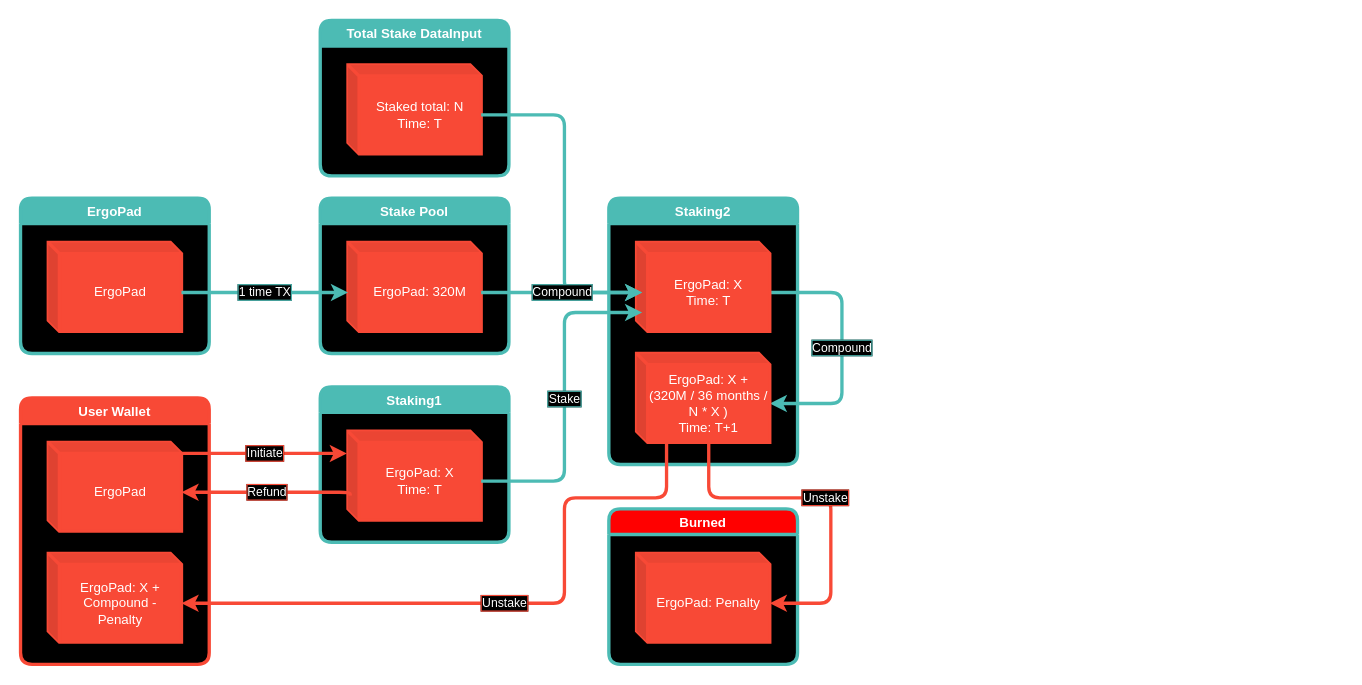
Above: backend/app/contracts/images/staking-fixed-emission.drawio in JoseBravoChile/ergopad (draw.io), before the change. Source tidied: cells renumbered, new cells numbered last; positions are measured from the earlier drawing's top-left corner, leaving out a move shared by most shapes. Both pictures are drawn from the tidied source at 111%, with x=0, y=0 at pixel (20, 20).
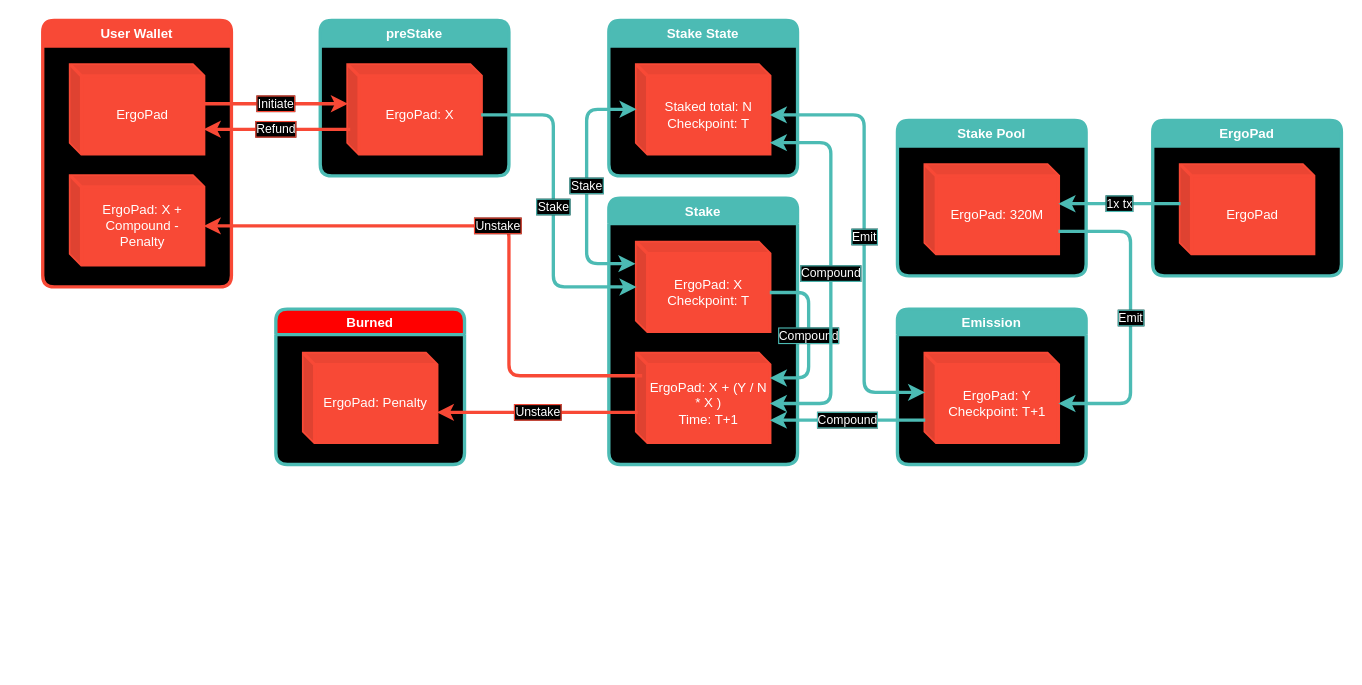
The same page after the edit.

Unchanged cells that the change refers to:
```xml
<mxCell id="3" value="ErgoPad" style="shape=cube;whiteSpace=wrap;html=1;boundedLbl=1;backgroundOutline=1;darkOpacity=0.05;darkOpacity2=0.1;rounded=1;labelBorderColor=none;fontColor=#FFFFFF;strokeColor=#F84936;strokeWidth=3;fillColor=#F84936;size=10;" parent="2" vertex="1">
  <mxGeometry x="25" y="40" width="120" height="80" as="geometry" />
</mxCell>
<mxCell id="4" value="ErgoPad: X + Compound - Penalty" style="shape=cube;whiteSpace=wrap;html=1;boundedLbl=1;backgroundOutline=1;darkOpacity=0.05;darkOpacity2=0.1;rounded=1;labelBorderColor=none;fontColor=#FFFFFF;strokeColor=#F84936;strokeWidth=3;fillColor=#F84936;size=10;" parent="2" vertex="1">
  <mxGeometry x="25" y="140" width="120" height="80" as="geometry" />
</mxCell>
<mxCell id="6" value="ErgoPad" style="shape=cube;whiteSpace=wrap;html=1;boundedLbl=1;backgroundOutline=1;darkOpacity=0.05;darkOpacity2=0.1;rounded=1;labelBorderColor=none;fontColor=#FFFFFF;strokeColor=#F84936;strokeWidth=3;fillColor=#F84936;size=10;" parent="5" vertex="1">
  <mxGeometry x="25" y="40" width="120" height="80" as="geometry" />
</mxCell>
<mxCell id="16" value="ErgoPad: 320M" style="shape=cube;whiteSpace=wrap;html=1;boundedLbl=1;backgroundOutline=1;darkOpacity=0.05;darkOpacity2=0.1;rounded=1;labelBorderColor=none;fontColor=#FFFFFF;strokeColor=#F84936;strokeWidth=3;fillColor=#F84936;size=10;" parent="15" vertex="1">
  <mxGeometry x="25" y="40" width="120" height="80" as="geometry" />
</mxCell>
<mxCell id="25" value="ErgoPad: Penalty" style="shape=cube;whiteSpace=wrap;html=1;boundedLbl=1;backgroundOutline=1;darkOpacity=0.05;darkOpacity2=0.1;rounded=1;labelBorderColor=none;fontColor=#FFFFFF;strokeColor=#F84936;strokeWidth=3;fillColor=#F84936;size=10;" parent="24" vertex="1">
  <mxGeometry x="25" y="40" width="120" height="80" as="geometry" />
</mxCell>
```

Diff of the diagram source:
```diff
@@
     <mxCell id="2" value="User Wallet" style="swimlane;fillColor=#F84936;swimlaneLine=1;rounded=1;swimlaneFillColor=#000000;fontColor=#FFFFFF;labelBorderColor=none;strokeColor=#F84936;strokeWidth=3;" parent="1" vertex="1">
-      <mxGeometry y="340" width="170" height="240" as="geometry" />
+      <mxGeometry x="20" width="170" height="240" as="geometry" />
     </mxCell>
@@
     <mxCell id="5" value="ErgoPad" style="swimlane;fillColor=#4CBBB4;swimlaneLine=1;rounded=1;swimlaneFillColor=#000000;fontColor=#FFFFFF;labelBorderColor=none;strokeColor=#4CBBB4;strokeWidth=3;" parent="1" vertex="1">
-      <mxGeometry y="160" width="170" height="140" as="geometry" />
+      <mxGeometry x="1020" y="90" width="170" height="140" as="geometry" />
     </mxCell>
@@
-    <mxCell id="7" value="Staking1" style="swimlane;fillColor=#4CBBB4;swimlaneLine=1;rounded=1;swimlaneFillColor=#000000;fontColor=#FFFFFF;labelBorderColor=none;strokeColor=#4CBBB4;strokeWidth=3;" parent="1" vertex="1">
-      <mxGeometry x="270" y="330" width="170" height="140" as="geometry" />
+    <mxCell id="7" value="preStake" style="swimlane;fillColor=#4CBBB4;swimlaneLine=1;rounded=1;swimlaneFillColor=#000000;fontColor=#FFFFFF;labelBorderColor=none;strokeColor=#4CBBB4;strokeWidth=3;" parent="1" vertex="1">
+      <mxGeometry x="270" width="170" height="140" as="geometry" />
     </mxCell>
-    <mxCell id="8" value="ErgoPad: X&lt;br&gt;Time: T" style="shape=cube;whiteSpace=wrap;html=1;boundedLbl=1;backgroundOutline=1;darkOpacity=0.05;darkOpacity2=0.1;rounded=1;labelBorderColor=none;fontColor=#FFFFFF;strokeColor=#F84936;strokeWidth=3;fillColor=#F84936;size=10;" parent="7" vertex="1">
+    <mxCell id="8" value="ErgoPad: X" style="shape=cube;whiteSpace=wrap;html=1;boundedLbl=1;backgroundOutline=1;darkOpacity=0.05;darkOpacity2=0.1;rounded=1;labelBorderColor=none;fontColor=#FFFFFF;strokeColor=#F84936;strokeWidth=3;fillColor=#F84936;size=10;" parent="7" vertex="1">
       <mxGeometry x="25" y="40" width="120" height="80" as="geometry" />
     </mxCell>
-    <mxCell id="9" value="Initiate" style="edgeStyle=orthogonalEdgeStyle;rounded=1;jettySize=auto;exitX=0;exitY=0;exitDx=120;exitDy=10;exitPerimeter=0;fontColor=#FFFFFF;strokeWidth=3;strokeColor=#F84936;labelBackgroundColor=#000000;labelBorderColor=#F84936;spacing=2;html=1;spacingTop=0;" parent="1" edge="1" source="3">
+    <mxCell id="9" value="Initiate" style="edgeStyle=orthogonalEdgeStyle;rounded=1;jettySize=auto;fontColor=#FFFFFF;strokeWidth=3;strokeColor=#F84936;labelBackgroundColor=#000000;labelBorderColor=#F84936;spacing=2;html=1;spacingTop=0;entryX=0;entryY=0;entryDx=0;entryDy=35;entryPerimeter=0;" parent="1" edge="1" target="8">
       <mxGeometry relative="1" as="geometry">
-        <mxPoint x="294" y="390" as="targetPoint" />
+        <mxPoint x="165" y="75" as="sourcePoint" />
         <Array as="points">
-          <mxPoint x="294" y="390" />
+          <mxPoint x="165" y="75" />
         </Array>
       </mxGeometry>
     </mxCell>
-    <mxCell id="10" value="Refund" style="edgeStyle=orthogonalEdgeStyle;rounded=1;jettySize=auto;html=1;entryX=0;entryY=0;entryDx=120;entryDy=45;entryPerimeter=0;fontColor=#FFFFFF;strokeWidth=3;strokeColor=#F84936;labelBackgroundColor=#000000;labelBorderColor=#F84936;exitX=0.017;exitY=0.725;exitDx=0;exitDy=0;exitPerimeter=0;" parent="1" edge="1" source="8" target="3">
+    <mxCell id="10" value="Refund" style="edgeStyle=orthogonalEdgeStyle;rounded=1;jettySize=auto;html=1;entryX=0.992;entryY=0.713;entryDx=0;entryDy=0;entryPerimeter=0;fontColor=#FFFFFF;strokeWidth=3;strokeColor=#F84936;labelBackgroundColor=#000000;labelBorderColor=#F84936;exitX=0.017;exitY=0.725;exitDx=0;exitDy=0;exitPerimeter=0;" parent="1" edge="1" source="8" target="3">
       <mxGeometry relative="1" as="geometry">
         <Array as="points">
-          <mxPoint x="297" y="425" />
+          <mxPoint x="165" y="98" />
         </Array>
       </mxGeometry>
     </mxCell>
-    <mxCell id="11" value="Staking2" style="swimlane;fillColor=#4CBBB4;swimlaneLine=1;rounded=1;swimlaneFillColor=#000000;fontColor=#FFFFFF;labelBorderColor=none;strokeColor=#4CBBB4;strokeWidth=3;" parent="1" vertex="1">
+    <mxCell id="11" value="Stake" style="swimlane;fillColor=#4CBBB4;swimlaneLine=1;rounded=1;swimlaneFillColor=#000000;fontColor=#FFFFFF;labelBorderColor=none;strokeColor=#4CBBB4;strokeWidth=3;" parent="1" vertex="1">
       <mxGeometry x="530" y="160" width="170" height="240" as="geometry" />
     </mxCell>
-    <mxCell id="12" value="Compound" style="edgeStyle=orthogonalEdgeStyle;rounded=1;jettySize=auto;html=1;exitX=0;exitY=0;exitDx=120;exitDy=45;exitPerimeter=0;entryX=0;entryY=0;entryDx=120;entryDy=45;entryPerimeter=0;labelBackgroundColor=#000000;strokeColor=#4CBBB4;fontColor=#FFFFFF;labelBorderColor=#4CBBB4;strokeWidth=3;" parent="11" edge="1" source="13" target="14">
-      <mxGeometry relative="1" as="geometry">
-        <Array as="points">
-          <mxPoint x="210" y="85" />
-          <mxPoint x="210" y="185" />
-        </Array>
-      </mxGeometry>
-    </mxCell>
-    <mxCell id="13" value="ErgoPad: X&lt;br&gt;Time: T" style="shape=cube;whiteSpace=wrap;html=1;boundedLbl=1;backgroundOutline=1;darkOpacity=0.05;darkOpacity2=0.1;rounded=1;labelBorderColor=none;fontColor=#FFFFFF;strokeColor=#F84936;strokeWidth=3;fillColor=#F84936;size=10;" parent="11" vertex="1">
+    <mxCell id="13" value="ErgoPad: X&lt;br&gt;Checkpoint: T" style="shape=cube;whiteSpace=wrap;html=1;boundedLbl=1;backgroundOutline=1;darkOpacity=0.05;darkOpacity2=0.1;rounded=1;labelBorderColor=none;fontColor=#FFFFFF;strokeColor=#F84936;strokeWidth=3;fillColor=#F84936;size=10;" parent="11" vertex="1">
       <mxGeometry x="25" y="40" width="120" height="80" as="geometry" />
     </mxCell>
-    <mxCell id="14" value="ErgoPad: X + (320M / 36 months / N * X )&lt;br&gt;Time: T+1" style="shape=cube;whiteSpace=wrap;html=1;boundedLbl=1;backgroundOutline=1;darkOpacity=0.05;darkOpacity2=0.1;rounded=1;labelBorderColor=none;fontColor=#FFFFFF;strokeColor=#F84936;strokeWidth=3;fillColor=#F84936;size=10;" parent="11" vertex="1">
+    <mxCell id="14" value="ErgoPad: X + (Y / N * X )&lt;br&gt;Time: T+1" style="shape=cube;whiteSpace=wrap;html=1;boundedLbl=1;backgroundOutline=1;darkOpacity=0.05;darkOpacity2=0.1;rounded=1;labelBorderColor=none;fontColor=#FFFFFF;strokeColor=#F84936;strokeWidth=3;fillColor=#F84936;size=10;" parent="11" vertex="1">
       <mxGeometry x="25" y="140" width="120" height="80" as="geometry" />
     </mxCell>
+    <mxCell id="12" value="Compound" style="edgeStyle=orthogonalEdgeStyle;rounded=1;jettySize=auto;html=1;exitX=0;exitY=0;exitDx=120;exitDy=45;exitPerimeter=0;entryX=1;entryY=0.275;entryDx=0;entryDy=0;entryPerimeter=0;labelBackgroundColor=#000000;strokeColor=#4CBBB4;fontColor=#FFFFFF;labelBorderColor=#4CBBB4;strokeWidth=3;" parent="11" edge="1" source="13" target="14">
+      <mxGeometry relative="1" as="geometry">
+        <Array as="points">
+          <mxPoint x="180" y="85" />
+          <mxPoint x="180" y="162" />
+        </Array>
+      </mxGeometry>
+    </mxCell>
     <mxCell id="15" value="Stake Pool" style="swimlane;fillColor=#4CBBB4;swimlaneLine=1;rounded=1;swimlaneFillColor=#000000;fontColor=#FFFFFF;labelBorderColor=none;strokeColor=#4CBBB4;strokeWidth=3;" parent="1" vertex="1">
-      <mxGeometry x="270" y="160" width="170" height="140" as="geometry" />
+      <mxGeometry x="790" y="90" width="170" height="140" as="geometry" />
     </mxCell>
@@
-    <mxCell id="17" value="1 time TX" style="edgeStyle=orthogonalEdgeStyle;rounded=1;jettySize=auto;html=1;exitX=0;exitY=0;exitDx=120;exitDy=45;exitPerimeter=0;labelBackgroundColor=#000000;strokeColor=#4CBBB4;fontColor=#FFFFFF;labelBorderColor=#4CBBB4;strokeWidth=3;" parent="1" edge="1" source="6">
-      <mxGeometry relative="1" as="geometry">
-        <mxPoint x="295" y="245" as="targetPoint" />
-        <Array as="points">
-          <mxPoint x="295" y="245" />
-        </Array>
-      </mxGeometry>
-    </mxCell>
-    <mxCell id="18" value="Stake" style="edgeStyle=orthogonalEdgeStyle;rounded=1;jettySize=auto;html=1;exitX=0;exitY=0;exitDx=120;exitDy=45;exitPerimeter=0;labelBackgroundColor=#000000;strokeColor=#4CBBB4;fontColor=#FFFFFF;labelBorderColor=#4CBBB4;strokeWidth=3;" parent="1" edge="1" source="8">
-      <mxGeometry relative="1" as="geometry">
-        <mxPoint x="560" y="263" as="targetPoint" />
-        <Array as="points">
-          <mxPoint x="490" y="415" />
-          <mxPoint x="490" y="263" />
-        </Array>
-      </mxGeometry>
-    </mxCell>
-    <mxCell id="19" value="Total Stake DataInput" style="swimlane;fillColor=#4CBBB4;swimlaneLine=1;rounded=1;swimlaneFillColor=#000000;fontColor=#FFFFFF;labelBorderColor=none;strokeColor=#4CBBB4;strokeWidth=3;" parent="1" vertex="1">
-      <mxGeometry x="270" width="170" height="140" as="geometry" />
+    <mxCell id="19" value="Stake State" style="swimlane;fillColor=#4CBBB4;swimlaneLine=1;rounded=1;swimlaneFillColor=#000000;fontColor=#FFFFFF;labelBorderColor=none;strokeColor=#4CBBB4;strokeWidth=3;" parent="1" vertex="1">
+      <mxGeometry x="530" width="170" height="140" as="geometry" />
     </mxCell>
-    <mxCell id="20" value="Staked total: N&lt;br&gt;Time: T" style="shape=cube;whiteSpace=wrap;html=1;boundedLbl=1;backgroundOutline=1;darkOpacity=0.05;darkOpacity2=0.1;rounded=1;labelBorderColor=none;fontColor=#FFFFFF;strokeColor=#F84936;strokeWidth=3;fillColor=#F84936;size=10;" parent="19" vertex="1">
+    <mxCell id="20" value="Staked total: N&lt;br&gt;Checkpoint: T" style="shape=cube;whiteSpace=wrap;html=1;boundedLbl=1;backgroundOutline=1;darkOpacity=0.05;darkOpacity2=0.1;rounded=1;labelBorderColor=none;fontColor=#FFFFFF;strokeColor=#F84936;strokeWidth=3;fillColor=#F84936;size=10;" parent="19" vertex="1">
       <mxGeometry x="25" y="40" width="120" height="80" as="geometry" />
     </mxCell>
-    <mxCell id="21" style="edgeStyle=orthogonalEdgeStyle;rounded=1;jettySize=auto;html=1;exitX=0;exitY=0;exitDx=120;exitDy=45;exitPerimeter=0;labelBackgroundColor=#000000;strokeColor=#4CBBB4;fontColor=#FFFFFF;labelBorderColor=#4CBBB4;strokeWidth=3;" parent="1" edge="1" source="20">
-      <mxGeometry relative="1" as="geometry">
-        <mxPoint x="560" y="245" as="targetPoint" />
-        <Array as="points">
-          <mxPoint x="490" y="85" />
-          <mxPoint x="490" y="245" />
-        </Array>
-      </mxGeometry>
-    </mxCell>
-    <mxCell id="22" value="Compound" style="edgeStyle=orthogonalEdgeStyle;rounded=1;jettySize=auto;html=1;exitX=0;exitY=0;exitDx=120;exitDy=45;exitPerimeter=0;entryX=0.042;entryY=0.563;entryDx=0;entryDy=0;entryPerimeter=0;labelBackgroundColor=#000000;strokeColor=#4CBBB4;fontColor=#FFFFFF;labelBorderColor=#4CBBB4;strokeWidth=3;" parent="1" edge="1" source="16" target="13">
-      <mxGeometry relative="1" as="geometry" />
-    </mxCell>
-    <mxCell id="23" value="Unstake" style="edgeStyle=orthogonalEdgeStyle;rounded=1;jettySize=auto;html=1;exitX=0.225;exitY=1;exitDx=0;exitDy=0;exitPerimeter=0;entryX=0;entryY=0;entryDx=120;entryDy=45;entryPerimeter=0;labelBackgroundColor=#000000;strokeColor=#F84936;fontColor=#FFFFFF;strokeWidth=3;labelBorderColor=#F84936;" parent="1" edge="1" source="14" target="4">
+    <mxCell id="23" value="Unstake" style="edgeStyle=orthogonalEdgeStyle;rounded=1;jettySize=auto;html=1;exitX=0.042;exitY=0.25;exitDx=0;exitDy=0;exitPerimeter=0;entryX=0;entryY=0;entryDx=120;entryDy=45;entryPerimeter=0;labelBackgroundColor=#000000;strokeColor=#F84936;fontColor=#FFFFFF;strokeWidth=3;labelBorderColor=#F84936;" parent="1" edge="1" source="14" target="4">
       <mxGeometry relative="1" as="geometry">
         <Array as="points">
-          <mxPoint x="582" y="430" />
-          <mxPoint x="490" y="430" />
-          <mxPoint x="490" y="525" />
+          <mxPoint x="440" y="320" />
+          <mxPoint x="440" y="185" />
         </Array>
       </mxGeometry>
     </mxCell>
     <mxCell id="24" value="Burned" style="swimlane;fillColor=#FF0000;swimlaneLine=1;rounded=1;swimlaneFillColor=#000000;fontColor=#FFFFFF;labelBorderColor=none;strokeColor=#4CBBB4;strokeWidth=3;" parent="1" vertex="1">
-      <mxGeometry x="530" y="440" width="170" height="140" as="geometry" />
+      <mxGeometry x="230" y="260" width="170" height="140" as="geometry" />
     </mxCell>
@@
-    <mxCell id="26" value="Unstake" style="edgeStyle=orthogonalEdgeStyle;rounded=1;jettySize=auto;html=1;exitX=0;exitY=0;exitDx=65;exitDy=80;exitPerimeter=0;entryX=0;entryY=0;entryDx=120;entryDy=45;entryPerimeter=0;labelBackgroundColor=#000000;strokeColor=#F84936;fontColor=#FFFFFF;strokeWidth=3;labelBorderColor=#F84936;" parent="1" edge="1" source="14" target="25">
+    <mxCell id="26" value="Unstake" style="edgeStyle=orthogonalEdgeStyle;rounded=1;jettySize=auto;html=1;exitX=0.008;exitY=0.663;exitDx=0;exitDy=0;exitPerimeter=0;labelBackgroundColor=#000000;strokeColor=#F84936;fontColor=#FFFFFF;strokeWidth=3;labelBorderColor=#F84936;" parent="1" edge="1" source="14">
       <mxGeometry relative="1" as="geometry">
+        <mxPoint x="375" y="353" as="targetPoint" />
         <Array as="points">
-          <mxPoint x="620" y="430" />
-          <mxPoint x="730" y="430" />
-          <mxPoint x="730" y="525" />
+          <mxPoint x="375" y="353" />
         </Array>
       </mxGeometry>
     </mxCell>
+    <mxCell id="27" value="Emission" style="swimlane;fillColor=#4CBBB4;swimlaneLine=1;rounded=1;swimlaneFillColor=#000000;fontColor=#FFFFFF;labelBorderColor=none;strokeColor=#4CBBB4;strokeWidth=3;" parent="1" vertex="1">
+      <mxGeometry x="790" y="260" width="170" height="140" as="geometry" />
+    </mxCell>
+    <mxCell id="28" value="ErgoPad: Y&lt;br&gt;Checkpoint: T+1" style="shape=cube;whiteSpace=wrap;html=1;boundedLbl=1;backgroundOutline=1;darkOpacity=0.05;darkOpacity2=0.1;rounded=1;labelBorderColor=none;fontColor=#FFFFFF;strokeColor=#F84936;strokeWidth=3;fillColor=#F84936;size=10;" parent="27" vertex="1">
+      <mxGeometry x="25" y="40" width="120" height="80" as="geometry" />
+    </mxCell>
+    <mxCell id="29" value="Stake" style="edgeStyle=orthogonalEdgeStyle;rounded=1;jettySize=auto;html=1;labelBackgroundColor=#000000;strokeColor=#4CBBB4;fontColor=#FFFFFF;labelBorderColor=#4CBBB4;strokeWidth=3;startArrow=classic;startFill=1;endArrow=classic;endFill=1;entryX=-0.008;entryY=0.238;entryDx=0;entryDy=0;entryPerimeter=0;" parent="1" edge="1" source="20" target="13">
+      <mxGeometry relative="1" as="geometry">
+        <Array as="points">
+          <mxPoint x="510" y="80" />
+          <mxPoint x="510" y="219" />
+        </Array>
+      </mxGeometry>
+    </mxCell>
+    <mxCell id="18" value="Stake" style="edgeStyle=orthogonalEdgeStyle;rounded=1;jettySize=auto;html=1;exitX=0;exitY=0;exitDx=120;exitDy=45;exitPerimeter=0;labelBackgroundColor=#000000;strokeColor=#4CBBB4;fontColor=#FFFFFF;labelBorderColor=#4CBBB4;strokeWidth=3;" parent="1" edge="1" source="8">
+      <mxGeometry relative="1" as="geometry">
+        <mxPoint x="555" y="240" as="targetPoint" />
+        <Array as="points">
+          <mxPoint x="480" y="85" />
+          <mxPoint x="480" y="240" />
+          <mxPoint x="555" y="240" />
+        </Array>
+      </mxGeometry>
+    </mxCell>
+    <mxCell id="30" value="Compound" style="edgeStyle=orthogonalEdgeStyle;rounded=1;jettySize=auto;html=1;labelBackgroundColor=#000000;strokeColor=#4CBBB4;fontColor=#FFFFFF;labelBorderColor=#4CBBB4;strokeWidth=3;startArrow=classic;startFill=1;endArrow=classic;endFill=1;entryX=0;entryY=0;entryDx=120;entryDy=45;entryPerimeter=0;" parent="1" edge="1" target="14">
+      <mxGeometry relative="1" as="geometry">
+        <mxPoint x="675" y="110" as="sourcePoint" />
+        <Array as="points">
+          <mxPoint x="675" y="110" />
+          <mxPoint x="730" y="110" />
+          <mxPoint x="730" y="345" />
+        </Array>
+      </mxGeometry>
+    </mxCell>
+    <mxCell id="31" value="Compound" style="edgeStyle=orthogonalEdgeStyle;rounded=1;orthogonalLoop=1;jettySize=auto;html=1;labelBackgroundColor=#000000;strokeColor=#4CBBB4;fontColor=#FFFFFF;labelBorderColor=#4CBBB4;strokeWidth=3;" parent="1" edge="1">
+      <mxGeometry relative="1" as="geometry">
+        <mxPoint x="815" y="360" as="sourcePoint" />
+        <mxPoint x="675" y="360" as="targetPoint" />
+        <Array as="points">
+          <mxPoint x="815" y="360" />
+        </Array>
+      </mxGeometry>
+    </mxCell>
+    <mxCell id="32" value="1x tx" style="edgeStyle=orthogonalEdgeStyle;rounded=1;jettySize=auto;html=1;labelBackgroundColor=#000000;strokeColor=#4CBBB4;fontColor=#FFFFFF;labelBorderColor=#4CBBB4;strokeWidth=3;exitX=0;exitY=0;exitDx=0;exitDy=35;exitPerimeter=0;" parent="1" edge="1" source="6">
+      <mxGeometry relative="1" as="geometry">
+        <mxPoint x="935" y="165" as="targetPoint" />
+        <Array as="points">
+          <mxPoint x="935" y="165" />
+        </Array>
+      </mxGeometry>
+    </mxCell>
+    <mxCell id="33" value="Emit" style="edgeStyle=orthogonalEdgeStyle;rounded=1;jettySize=auto;html=1;labelBackgroundColor=#000000;strokeColor=#4CBBB4;fontColor=#FFFFFF;labelBorderColor=#4CBBB4;strokeWidth=3;entryX=0;entryY=0;entryDx=120;entryDy=45;entryPerimeter=0;" parent="1" edge="1" target="28">
+      <mxGeometry relative="1" as="geometry">
+        <mxPoint x="935" y="190" as="sourcePoint" />
+        <Array as="points">
+          <mxPoint x="935" y="190" />
+          <mxPoint x="1000" y="190" />
+          <mxPoint x="1000" y="345" />
+        </Array>
+      </mxGeometry>
+    </mxCell>
+    <mxCell id="34" value="Emit" style="edgeStyle=orthogonalEdgeStyle;rounded=1;jettySize=auto;html=1;labelBackgroundColor=#000000;strokeColor=#4CBBB4;fontColor=#FFFFFF;labelBorderColor=#4CBBB4;strokeWidth=3;startArrow=classic;startFill=1;endArrow=classic;endFill=1;entryX=0;entryY=0;entryDx=0;entryDy=35;entryPerimeter=0;exitX=0;exitY=0;exitDx=120;exitDy=45;exitPerimeter=0;" parent="1" edge="1" source="20" target="28">
+      <mxGeometry relative="1" as="geometry">
+        <Array as="points">
+          <mxPoint x="760" y="85" />
+          <mxPoint x="760" y="335" />
+        </Array>
+      </mxGeometry>
+    </mxCell>
```
